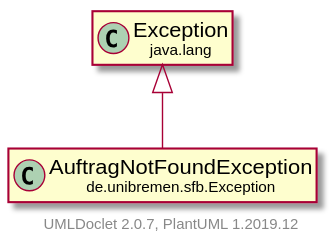
The PlantUML diagram doc/UML/modulsichtSVG/AuftragNotFoundException.svg in fkehlenb/softwareprojekt-2, before a commit.
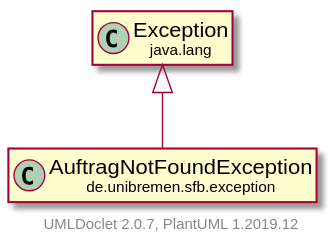
After the commit.

Diff of the diagram source:
```diff
@@ -3,11 +3,11 @@
     hide empty fields
     hide empty methods
 
-    class "<size:14>AuftragNotFoundException\n<size:10>de.unibremen.sfb.Exception" as de.unibremen.sfb.Exception.AuftragNotFoundException [[AuftragNotFoundException.html]]
+    class "<size:14>AuftragNotFoundException\n<size:10>de.unibremen.sfb.exception" as de.unibremen.sfb.exception.AuftragNotFoundException [[AuftragNotFoundException.html]]
 
-    class "<size:14>Exception\n<size:10>java.lang" as java.lang.Exception [[https://docs.oracle.com/en/java/javase/11/docs/api/java.base/java/lang/Exception.html?is-external=true]]
+    class "<size:14>exception\n<size:10>java.lang" as java.lang.exception [[https://docs.oracle.com/en/java/javase/11/docs/api/java.base/java/lang/Exception.html?is-external=true]]
 
-    java.lang.Exception <|-- de.unibremen.sfb.Exception.AuftragNotFoundException
+    java.lang.exception <|-- de.unibremen.sfb.exception.AuftragNotFoundException
 
     center footer UMLDoclet 2.0.7, PlantUML 1.2019.12
 @enduml
```
